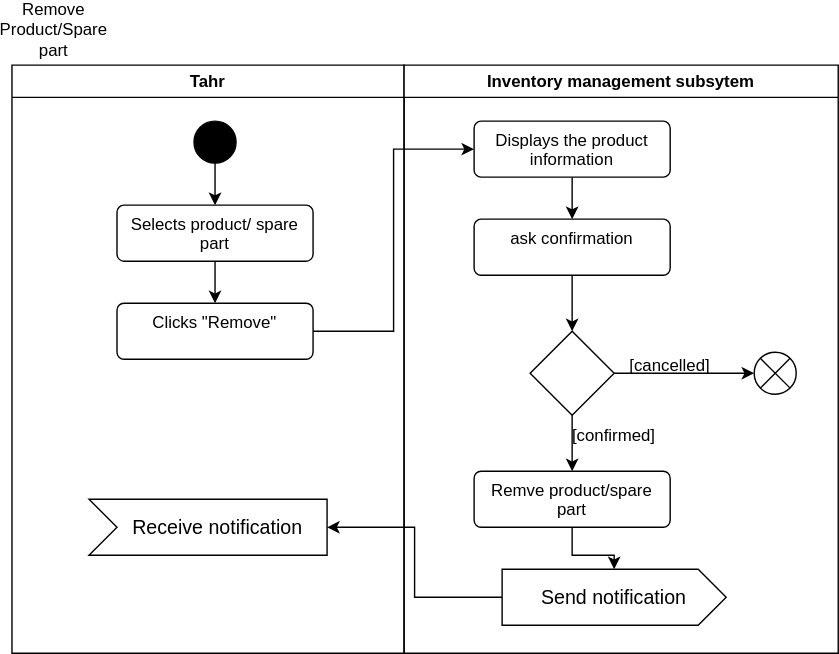
Before: Remove_prod.svg, a diagram exported from draw.io (Simamkele88/IFM3_GP). Source tidied: cells renumbered, new cells last; positions are measured from the earlier drawing's top-left corner, leaving out a move shared by most shapes.
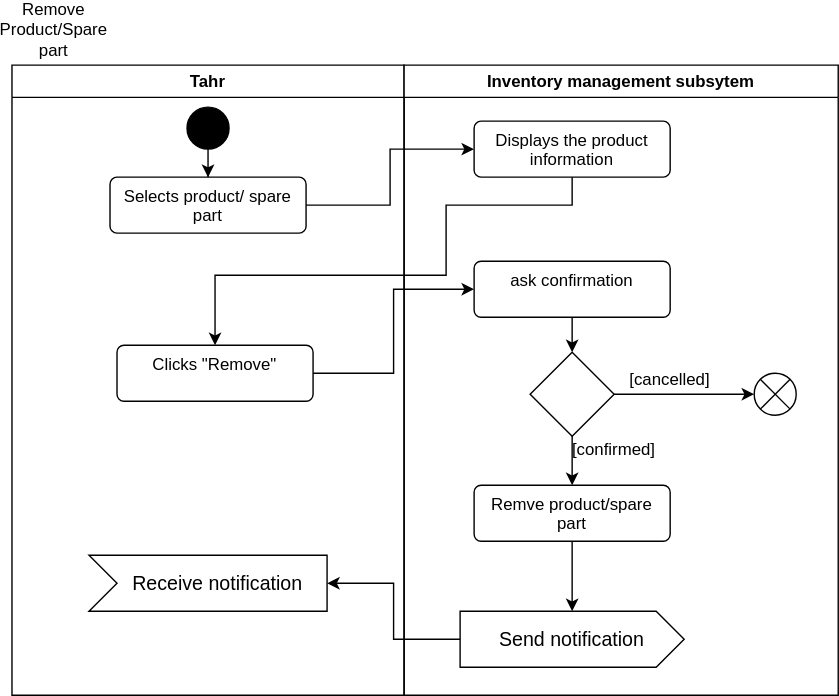
The same diagram one commit later.

The edit, as a diff of the source:
```diff
@@ -3,32 +3,26 @@
     <mxCell id="0" />
     <mxCell id="1" parent="0" />
     <mxCell id="2" value="Tahr" style="swimlane;whiteSpace=wrap;html=1;" parent="1" vertex="1">
-      <mxGeometry y="40" width="280" height="420" as="geometry" />
+      <mxGeometry y="40" width="280" height="450" as="geometry" />
     </mxCell>
     <mxCell id="3" style="edgeStyle=orthogonalEdgeStyle;rounded=0;jettySize=auto;html=1;entryX=0.5;entryY=0;entryDx=0;entryDy=0;" parent="2" edge="1" source="4" target="6">
       <mxGeometry relative="1" as="geometry" />
     </mxCell>
     <mxCell id="4" style="ellipse;fillColor=strokeColor;html=1;" parent="2" vertex="1">
-      <mxGeometry x="130" y="40" width="30" height="30" as="geometry" />
+      <mxGeometry x="125" y="30" width="30" height="30" as="geometry" />
     </mxCell>
-    <mxCell id="5" style="edgeStyle=orthogonalEdgeStyle;rounded=0;jettySize=auto;html=1;" parent="2" edge="1" source="6" target="7">
-      <mxGeometry relative="1" as="geometry" />
-    </mxCell>
     <mxCell id="6" value="Selects product/ spare part" style="html=1;align=center;verticalAlign=top;rounded=1;absoluteArcSize=1;arcSize=10;dashed=0;whiteSpace=wrap;" parent="2" vertex="1">
-      <mxGeometry x="75" y="100" width="140" height="40" as="geometry" />
+      <mxGeometry x="70" y="80" width="140" height="40" as="geometry" />
     </mxCell>
     <mxCell id="7" value="Clicks &quot;Remove&quot;&lt;span style=&quot;color: rgba(0, 0, 0, 0); font-family: monospace; font-size: 0px; text-align: start; text-wrap-mode: nowrap;&quot;&gt;%3CmxGraphModel%3E%3Croot%3E%3CmxCell%20id%3D%220%22%2F%3E%3CmxCell%20id%3D%221%22%20parent%3D%220%22%2F%3E%3CmxCell%20id%3D%222%22%20value%3D%22Selects%20product%2F%20spare%20part%22%20style%3D%22html%3D1%3Balign%3Dcenter%3BverticalAlign%3Dtop%3Brounded%3D1%3BabsoluteArcSize%3D1%3BarcSize%3D10%3Bdashed%3D0%3BwhiteSpace%3Dwrap%3B%22%20vertex%3D%221%22%20parent%3D%221%22%3E%3CmxGeometry%20x%3D%22185%22%20y%3D%22270%22%20width%3D%22140%22%20height%3D%2240%22%20as%3D%22geometry%22%2F%3E%3C%2FmxCell%3E%3C%2Froot%3E%3C%2FmxGraphModel%3E&lt;/span&gt;" style="html=1;align=center;verticalAlign=top;rounded=1;absoluteArcSize=1;arcSize=10;dashed=0;whiteSpace=wrap;" parent="2" vertex="1">
-      <mxGeometry x="75" y="170" width="140" height="40" as="geometry" />
+      <mxGeometry x="75" y="200" width="140" height="40" as="geometry" />
     </mxCell>
     <mxCell id="8" value="Receive notification" style="html=1;shape=mxgraph.infographic.ribbonSimple;notch1=20;notch2=0;align=center;verticalAlign=middle;fontSize=14;fontStyle=0;fillColor=#FFFFFF;flipH=0;spacingRight=0;spacingLeft=14;whiteSpace=wrap;" parent="2" vertex="1">
-      <mxGeometry x="55" y="310" width="170" height="40" as="geometry" />
+      <mxGeometry x="55" y="350" width="170" height="40" as="geometry" />
     </mxCell>
     <mxCell id="9" value="Inventory management subsytem" style="swimlane;whiteSpace=wrap;html=1;" parent="1" vertex="1">
-      <mxGeometry x="280" y="40" width="310" height="420" as="geometry" />
+      <mxGeometry x="280" y="40" width="310" height="450" as="geometry" />
     </mxCell>
-    <mxCell id="10" style="edgeStyle=orthogonalEdgeStyle;rounded=0;jettySize=auto;html=1;entryX=0.5;entryY=0;entryDx=0;entryDy=0;" parent="9" edge="1" source="11" target="13">
-      <mxGeometry relative="1" as="geometry" />
-    </mxCell>
     <mxCell id="11" value="Displays the product information" style="html=1;align=center;verticalAlign=top;rounded=1;absoluteArcSize=1;arcSize=10;dashed=0;whiteSpace=wrap;" parent="9" vertex="1">
       <mxGeometry x="50" y="40" width="140" height="40" as="geometry" />
     </mxCell>
@@ -36,7 +30,7 @@
       <mxGeometry relative="1" as="geometry" />
     </mxCell>
     <mxCell id="13" value="ask confirmation" style="html=1;align=center;verticalAlign=top;rounded=1;absoluteArcSize=1;arcSize=10;dashed=0;whiteSpace=wrap;" parent="9" vertex="1">
-      <mxGeometry x="50" y="110" width="140" height="40" as="geometry" />
+      <mxGeometry x="50" y="140" width="140" height="40" as="geometry" />
     </mxCell>
     <mxCell id="14" style="edgeStyle=orthogonalEdgeStyle;rounded=0;jettySize=auto;html=1;" parent="9" edge="1" source="16" target="17">
       <mxGeometry relative="1" as="geometry" />
@@ -45,34 +39,47 @@
       <mxGeometry relative="1" as="geometry" />
     </mxCell>
     <mxCell id="16" style="rhombus;whiteSpace=wrap;html=1;" parent="9" vertex="1">
-      <mxGeometry x="90" y="190" width="60" height="60" as="geometry" />
+      <mxGeometry x="90" y="205" width="60" height="60" as="geometry" />
     </mxCell>
     <mxCell id="17" style="shape=sumEllipse;perimeter=ellipsePerimeter;html=1;backgroundOutline=1;" parent="9" vertex="1">
-      <mxGeometry x="250" y="205" width="30" height="30" as="geometry" />
+      <mxGeometry x="250" y="220" width="30" height="30" as="geometry" />
     </mxCell>
     <mxCell id="18" value="[cancelled]" style="text;html=1;align=center;verticalAlign=middle;whiteSpace=wrap;rounded=0;" parent="9" vertex="1">
-      <mxGeometry x="160" y="200" width="60" height="30" as="geometry" />
+      <mxGeometry x="160" y="210" width="60" height="30" as="geometry" />
     </mxCell>
     <mxCell id="19" style="edgeStyle=orthogonalEdgeStyle;rounded=0;jettySize=auto;html=1;" parent="9" edge="1" source="20" target="22">
       <mxGeometry relative="1" as="geometry" />
     </mxCell>
     <mxCell id="20" value="Remve product/spare part" style="html=1;align=center;verticalAlign=top;rounded=1;absoluteArcSize=1;arcSize=10;dashed=0;whiteSpace=wrap;" parent="9" vertex="1">
-      <mxGeometry x="50" y="290" width="140" height="40" as="geometry" />
+      <mxGeometry x="50" y="300" width="140" height="40" as="geometry" />
     </mxCell>
     <mxCell id="21" value="[confirmed]" style="text;html=1;align=center;verticalAlign=middle;whiteSpace=wrap;rounded=0;" parent="9" vertex="1">
-      <mxGeometry x="120" y="250" width="60" height="30" as="geometry" />
+      <mxGeometry x="120" y="260" width="60" height="30" as="geometry" />
     </mxCell>
     <mxCell id="22" value="Send notification" style="html=1;shape=mxgraph.infographic.ribbonSimple;notch1=0;notch2=20;align=center;verticalAlign=middle;fontSize=14;fontStyle=0;fillColor=#FFFFFF;whiteSpace=wrap;" parent="9" vertex="1">
-      <mxGeometry x="70" y="360" width="160" height="40" as="geometry" />
+      <mxGeometry x="40" y="390" width="160" height="40" as="geometry" />
     </mxCell>
     <mxCell id="23" value="Remove Product/Spare part" style="text;html=1;align=center;verticalAlign=middle;whiteSpace=wrap;rounded=0;" parent="1" vertex="1">
       <mxGeometry width="60" height="30" as="geometry" />
     </mxCell>
-    <mxCell id="24" style="edgeStyle=orthogonalEdgeStyle;rounded=0;jettySize=auto;html=1;entryX=0;entryY=0.5;entryDx=0;entryDy=0;" parent="1" edge="1" source="7" target="11">
-      <mxGeometry relative="1" as="geometry" />
-    </mxCell>
     <mxCell id="25" style="edgeStyle=orthogonalEdgeStyle;rounded=0;jettySize=auto;html=1;entryX=1;entryY=0.5;entryDx=0;entryDy=0;entryPerimeter=0;" parent="1" edge="1" source="22" target="8">
       <mxGeometry relative="1" as="geometry" />
     </mxCell>
+    <mxCell id="26" style="edgeStyle=orthogonalEdgeStyle;rounded=0;jettySize=auto;html=1;entryX=0;entryY=0.5;entryDx=0;entryDy=0;" parent="1" edge="1" source="6" target="11">
+      <mxGeometry relative="1" as="geometry" />
+    </mxCell>
+    <mxCell id="27" style="edgeStyle=orthogonalEdgeStyle;rounded=0;jettySize=auto;html=1;entryX=0.5;entryY=0;entryDx=0;entryDy=0;exitX=0.5;exitY=1;exitDx=0;exitDy=0;" parent="1" edge="1" source="11" target="7">
+      <mxGeometry relative="1" as="geometry">
+        <Array as="points">
+          <mxPoint x="400" y="140" />
+          <mxPoint x="310" y="140" />
+          <mxPoint x="310" y="190" />
+          <mxPoint x="145" y="190" />
+        </Array>
+      </mxGeometry>
+    </mxCell>
+    <mxCell id="28" style="edgeStyle=orthogonalEdgeStyle;rounded=0;jettySize=auto;html=1;entryX=0;entryY=0.5;entryDx=0;entryDy=0;" parent="1" edge="1" source="7" target="13">
+      <mxGeometry relative="1" as="geometry" />
+    </mxCell>
   </root>
 </mxGraphModel>
```
